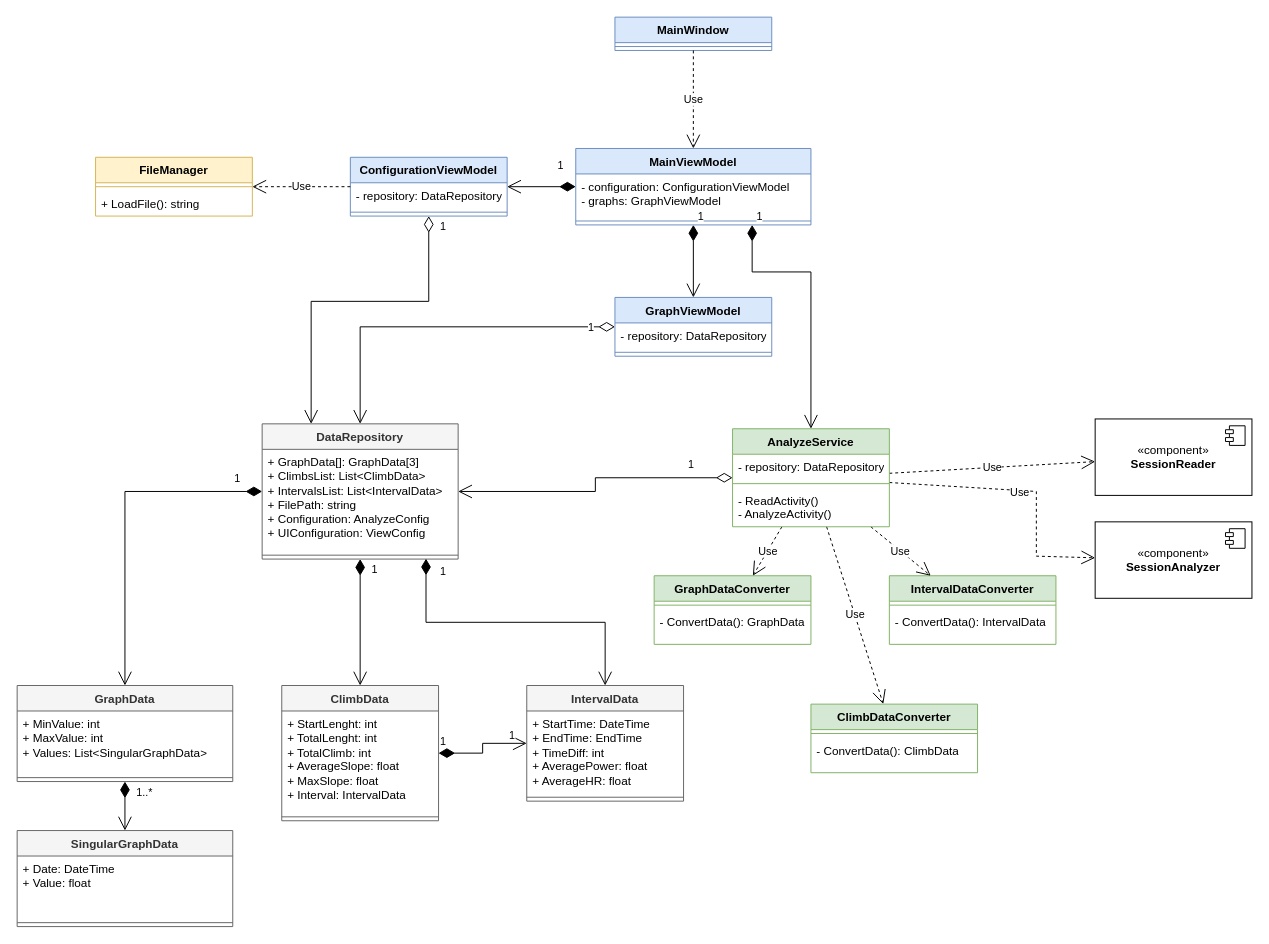
The draw.io diagram page "Class" (2 of 3) of docs/diagrams/CyclingIntervalsUML.drawio in julenmc/CyclingIntervals, before the edit. Source tidied: cells renumbered, new cells numbered last; positions are measured from the earlier drawing's top-left corner, leaving out a move shared by most shapes. Both pictures are drawn from the tidied source at 98%, with x=0, y=0 at pixel (17, 17).
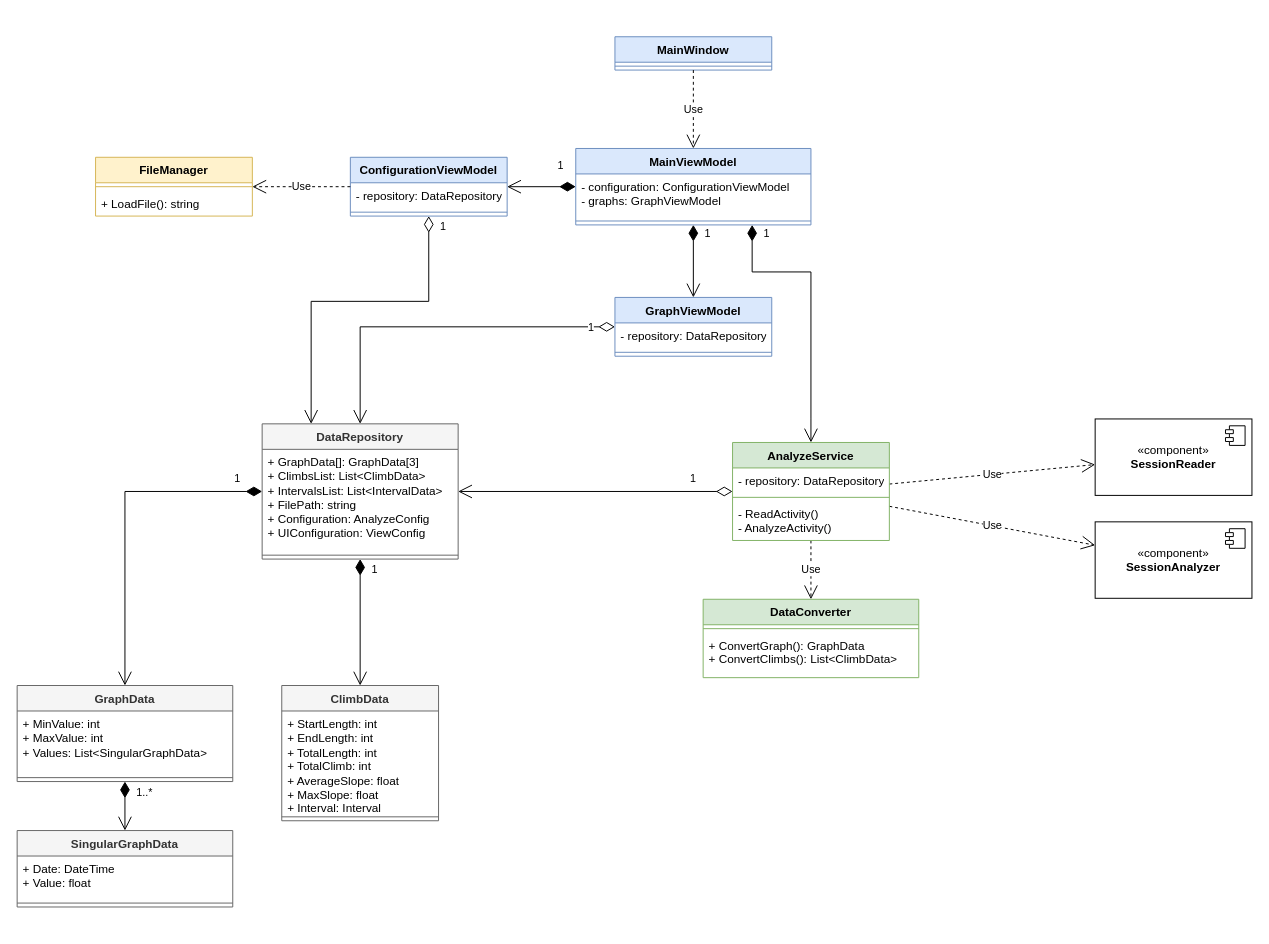
After the change.

Commit message (it also covers changes not shown here):
DataConverter uploaded. Works as a bridge between app and core.

Unchanged cells that the change refers to:
```xml
<mxCell id="8" value="GraphViewModel" style="swimlane;fontStyle=1;align=center;verticalAlign=top;horizontal=1;startSize=26;whiteSpace=wrap;html=1;fillColor=#dae8fc;strokeColor=#6c8ebf;" parent="1" vertex="1">
  <mxGeometry x="610" y="286" width="160" height="60" as="geometry" />
</mxCell>
<mxCell id="11" value="MainViewModel" style="swimlane;fontStyle=1;align=center;verticalAlign=top;horizontal=1;startSize=26;whiteSpace=wrap;html=1;fillColor=#dae8fc;strokeColor=#6c8ebf;" parent="1" vertex="1">
  <mxGeometry x="570" y="134" width="240" height="78" as="geometry" />
</mxCell>
<mxCell id="26" value="«component»&lt;br&gt;&lt;b&gt;SessionAnalyzer&lt;/b&gt;" style="html=1;whiteSpace=wrap;" parent="1" vertex="1">
  <mxGeometry x="1100" y="515" width="160" height="78" as="geometry" />
</mxCell>
<mxCell id="30" value="&lt;div&gt;&lt;span&gt;ClimbData&lt;/span&gt;&lt;/div&gt;" style="swimlane;fontStyle=1;align=center;verticalAlign=top;horizontal=1;startSize=26;whiteSpace=wrap;html=1;fillColor=#f5f5f5;strokeColor=#666666;fontColor=#333333;" parent="1" vertex="1">
  <mxGeometry x="270" y="682" width="160" height="138" as="geometry" />
</mxCell>
<mxCell id="35" style="line;strokeWidth=1;fillColor=none;align=left;verticalAlign=middle;spacingTop=-1;spacingLeft=3;spacingRight=3;labelPosition=right;points=[];portConstraint=eastwest;strokeColor=inherit;" parent="33" vertex="1">
  <mxGeometry y="130" width="200" height="8" as="geometry" />
</mxCell>
```

The edit, as a diff of the source:
```diff
@@
-    <mxCell id="5" value="&lt;div&gt;&lt;span&gt;IntervalData&lt;/span&gt;&lt;/div&gt;" style="swimlane;fontStyle=1;align=center;verticalAlign=top;horizontal=1;startSize=26;whiteSpace=wrap;html=1;fillColor=#f5f5f5;strokeColor=#666666;fontColor=#333333;" parent="1" vertex="1">
-      <mxGeometry x="520" y="682" width="160" height="118" as="geometry" />
-    </mxCell>
-    <mxCell id="6" value="+ StartTime: DateTime&lt;div&gt;+ EndTime: EndTime&lt;/div&gt;&lt;div&gt;+ TimeDiff: int&lt;/div&gt;&lt;div&gt;+ AveragePower: float&lt;/div&gt;&lt;div&gt;+ AverageHR: float&lt;/div&gt;" style="text;strokeColor=none;fillColor=none;align=left;verticalAlign=top;spacingLeft=4;spacingRight=4;overflow=hidden;whiteSpace=wrap;html=1;" parent="5" vertex="1">
-      <mxGeometry y="26" width="160" height="84" as="geometry" />
-    </mxCell>
-    <mxCell id="7" style="line;strokeWidth=1;fillColor=none;align=left;verticalAlign=middle;spacingTop=-1;spacingLeft=3;spacingRight=3;labelPosition=right;strokeColor=inherit;" parent="5" vertex="1">
-      <mxGeometry y="110" width="160" height="8" as="geometry" />
-    </mxCell>
@@
     <mxCell id="14" value="MainWindow" style="swimlane;fontStyle=1;align=center;verticalAlign=top;horizontal=1;startSize=26;whiteSpace=wrap;html=1;fillColor=#dae8fc;strokeColor=#6c8ebf;" parent="1" vertex="1">
-      <mxGeometry x="610" width="160" height="34" as="geometry" />
+      <mxGeometry x="610" y="20" width="160" height="34" as="geometry" />
     </mxCell>
@@
     <mxCell id="28" value="Use" style="endArrow=open;endSize=12;dashed=1;html=1;rounded=0;" parent="1" edge="1" source="63" target="26">
-      <mxGeometry x="-0.04" y="-2" relative="1" as="geometry">
-        <Array as="points">
-          <mxPoint x="1040" y="484" />
-          <mxPoint x="1040" y="550" />
-        </Array>
-      </mxGeometry>
+      <mxGeometry relative="1" as="geometry" />
     </mxCell>
@@
-    <mxCell id="31" value="+ StartLenght: int&lt;div&gt;+ TotalLenght: int&lt;/div&gt;&lt;div&gt;+ TotalClimb: int&lt;/div&gt;&lt;div&gt;+ AverageSlope: float&lt;/div&gt;&lt;div&gt;+ MaxSlope: float&lt;/div&gt;&lt;div&gt;+ Interval: IntervalData&lt;/div&gt;" style="text;strokeColor=none;fillColor=none;align=left;verticalAlign=top;spacingLeft=4;spacingRight=4;overflow=hidden;whiteSpace=wrap;html=1;" parent="30" vertex="1">
+    <mxCell id="31" value="+ StartLength: int&lt;div&gt;+ EndLength: int&lt;br&gt;&lt;div&gt;+ TotalLength: int&lt;/div&gt;&lt;div&gt;+ TotalClimb: int&lt;/div&gt;&lt;div&gt;+ AverageSlope: float&lt;/div&gt;&lt;div&gt;+ MaxSlope: float&lt;/div&gt;&lt;div&gt;+ Interval: Interval&lt;/div&gt;&lt;/div&gt;" style="text;strokeColor=none;fillColor=none;align=left;verticalAlign=top;spacingLeft=4;spacingRight=4;overflow=hidden;whiteSpace=wrap;html=1;" parent="30" vertex="1">
       <mxGeometry y="26" width="160" height="104" as="geometry" />
     </mxCell>
@@
-    <mxCell id="39" value="1" style="endArrow=open;html=1;endSize=12;startArrow=diamondThin;startSize=14;startFill=1;edgeStyle=orthogonalEdgeStyle;align=left;verticalAlign=bottom;rounded=0;exitX=0.836;exitY=0.947;exitDx=0;exitDy=0;exitPerimeter=0;" parent="1" edge="1" source="35" target="5">
-      <mxGeometry x="-0.86" y="13" relative="1" as="geometry" />
-    </mxCell>
-    <mxCell id="40" value="1" style="endArrow=open;html=1;endSize=12;startArrow=diamondThin;startSize=14;startFill=1;edgeStyle=orthogonalEdgeStyle;align=left;verticalAlign=bottom;rounded=0;" parent="1" edge="1" source="30" target="5">
-      <mxGeometry x="-1" y="3" relative="1" as="geometry" />
-    </mxCell>
-    <mxCell id="41" value="1" style="edgeLabel;html=1;align=center;verticalAlign=middle;" parent="40" vertex="1">
-      <mxGeometry x="0.68" y="1" relative="1" as="geometry">
-        <mxPoint y="-8" as="offset" />
-      </mxGeometry>
-    </mxCell>
@@
     <mxCell id="43" value="1" style="endArrow=open;html=1;endSize=12;startArrow=diamondThin;startSize=14;startFill=1;edgeStyle=orthogonalEdgeStyle;align=left;verticalAlign=bottom;rounded=0;exitX=0.75;exitY=1;exitDx=0;exitDy=0;" parent="1" edge="1" source="11" target="63">
-      <mxGeometry x="-1" y="3" relative="1" as="geometry">
+      <mxGeometry x="-0.87" y="10" relative="1" as="geometry">
         <Array as="points">
           <mxPoint x="750" y="260" />
           <mxPoint x="810" y="260" />
           <mxPoint x="810" y="410" />
         </Array>
       </mxGeometry>
     </mxCell>
@@
     <mxCell id="45" value="1" style="endArrow=open;html=1;endSize=12;startArrow=diamondThin;startSize=14;startFill=1;edgeStyle=orthogonalEdgeStyle;align=left;verticalAlign=bottom;rounded=0;" parent="1" edge="1" source="11" target="8">
-      <mxGeometry x="-1" y="3" relative="1" as="geometry" />
+      <mxGeometry x="-0.51" y="10" relative="1" as="geometry" />
     </mxCell>
@@
-    <mxCell id="47" value="GraphDataConverter" style="swimlane;fontStyle=1;align=center;verticalAlign=top;horizontal=1;startSize=26;whiteSpace=wrap;html=1;fillColor=#d5e8d4;strokeColor=#82b366;" parent="1" vertex="1">
-      <mxGeometry x="650" y="570" width="160" height="70" as="geometry" />
+    <mxCell id="47" value="DataConverter" style="swimlane;fontStyle=1;align=center;verticalAlign=top;horizontal=1;startSize=26;whiteSpace=wrap;html=1;fillColor=#d5e8d4;strokeColor=#82b366;" parent="1" vertex="1">
+      <mxGeometry x="700" y="594" width="220" height="80" as="geometry" />
     </mxCell>
     <mxCell id="48" style="line;strokeWidth=1;fillColor=none;align=left;verticalAlign=middle;spacingTop=-1;spacingLeft=3;spacingRight=3;labelPosition=right;strokeColor=inherit;" parent="47" vertex="1">
-      <mxGeometry y="26" width="160" height="8" as="geometry" />
+      <mxGeometry y="26" width="220" height="8" as="geometry" />
     </mxCell>
-    <mxCell id="49" value="- ConvertData(): GraphData" style="text;strokeColor=none;fillColor=none;align=left;verticalAlign=top;spacingLeft=4;spacingRight=4;overflow=hidden;whiteSpace=wrap;html=1;" parent="47" vertex="1">
-      <mxGeometry y="34" width="160" height="36" as="geometry" />
+    <mxCell id="49" value="+ ConvertGraph(): GraphData&lt;div&gt;+ ConvertClimbs(): List&amp;lt;ClimbData&amp;gt;&lt;/div&gt;&lt;div&gt;&lt;br&gt;&lt;/div&gt;" style="text;strokeColor=none;fillColor=none;align=left;verticalAlign=top;spacingLeft=4;spacingRight=4;overflow=hidden;whiteSpace=wrap;html=1;" parent="47" vertex="1">
+      <mxGeometry y="34" width="220" height="46" as="geometry" />
     </mxCell>
-    <mxCell id="50" value="ClimbDataConverter" style="swimlane;fontStyle=1;align=center;verticalAlign=top;horizontal=1;startSize=26;whiteSpace=wrap;html=1;fillColor=#d5e8d4;strokeColor=#82b366;" parent="1" vertex="1">
-      <mxGeometry x="810" y="701" width="170" height="70" as="geometry" />
-    </mxCell>
-    <mxCell id="51" style="line;strokeWidth=1;fillColor=none;align=left;verticalAlign=middle;spacingTop=-1;spacingLeft=3;spacingRight=3;labelPosition=right;strokeColor=inherit;" parent="50" vertex="1">
-      <mxGeometry y="26" width="170" height="8" as="geometry" />
-    </mxCell>
-    <mxCell id="52" value="- ConvertData(): ClimbData" style="text;strokeColor=none;fillColor=none;align=left;verticalAlign=top;spacingLeft=4;spacingRight=4;overflow=hidden;whiteSpace=wrap;html=1;" parent="50" vertex="1">
-      <mxGeometry y="34" width="170" height="36" as="geometry" />
-    </mxCell>
-    <mxCell id="53" value="IntervalDataConverter" style="swimlane;fontStyle=1;align=center;verticalAlign=top;horizontal=1;startSize=26;whiteSpace=wrap;html=1;fillColor=#d5e8d4;strokeColor=#82b366;" parent="1" vertex="1">
-      <mxGeometry x="890" y="570" width="170" height="70" as="geometry" />
-    </mxCell>
-    <mxCell id="54" style="line;strokeWidth=1;fillColor=none;align=left;verticalAlign=middle;spacingTop=-1;spacingLeft=3;spacingRight=3;labelPosition=right;strokeColor=inherit;" parent="53" vertex="1">
-      <mxGeometry y="26" width="170" height="8" as="geometry" />
-    </mxCell>
-    <mxCell id="55" value="- ConvertData(): IntervalData" style="text;strokeColor=none;fillColor=none;align=left;verticalAlign=top;spacingLeft=4;spacingRight=4;overflow=hidden;whiteSpace=wrap;html=1;" parent="53" vertex="1">
-      <mxGeometry y="34" width="170" height="36" as="geometry" />
-    </mxCell>
@@
-    <mxCell id="57" value="Use" style="endArrow=open;endSize=12;dashed=1;html=1;rounded=0;" parent="1" edge="1" source="63" target="50">
-      <mxGeometry relative="1" as="geometry" />
-    </mxCell>
-    <mxCell id="58" value="Use" style="endArrow=open;endSize=12;dashed=1;html=1;rounded=0;" parent="1" edge="1" source="63" target="53">
-      <mxGeometry relative="1" as="geometry" />
-    </mxCell>
     <mxCell id="59" value="&lt;div&gt;&lt;span&gt;SingularGraphData&lt;/span&gt;&lt;/div&gt;" style="swimlane;fontStyle=1;align=center;verticalAlign=top;horizontal=1;startSize=26;whiteSpace=wrap;html=1;fillColor=#f5f5f5;strokeColor=#666666;fontColor=#333333;" parent="1" vertex="1">
-      <mxGeometry y="830" width="220" height="98" as="geometry" />
+      <mxGeometry y="830" width="220" height="78" as="geometry" />
     </mxCell>
     <mxCell id="60" value="+ Date: DateTime&lt;br&gt;&lt;div&gt;+ Value: float&lt;/div&gt;" style="text;strokeColor=none;fillColor=none;align=left;verticalAlign=top;spacingLeft=4;spacingRight=4;overflow=hidden;whiteSpace=wrap;html=1;" parent="59" vertex="1">
-      <mxGeometry y="26" width="220" height="64" as="geometry" />
+      <mxGeometry y="26" width="220" height="44" as="geometry" />
     </mxCell>
     <mxCell id="61" style="line;strokeWidth=1;fillColor=none;align=left;verticalAlign=middle;spacingTop=-1;spacingLeft=3;spacingRight=3;labelPosition=right;strokeColor=inherit;" parent="59" vertex="1">
-      <mxGeometry y="90" width="220" height="8" as="geometry" />
+      <mxGeometry y="70" width="220" height="8" as="geometry" />
     </mxCell>
@@
     <mxCell id="63" value="AnalyzeService" style="swimlane;fontStyle=1;align=center;verticalAlign=top;horizontal=1;startSize=26;whiteSpace=wrap;html=1;fillColor=#d5e8d4;strokeColor=#82b366;" parent="1" vertex="1">
-      <mxGeometry x="730" y="420" width="160" height="100" as="geometry" />
+      <mxGeometry x="730" y="434" width="160" height="100" as="geometry" />
     </mxCell>
```
